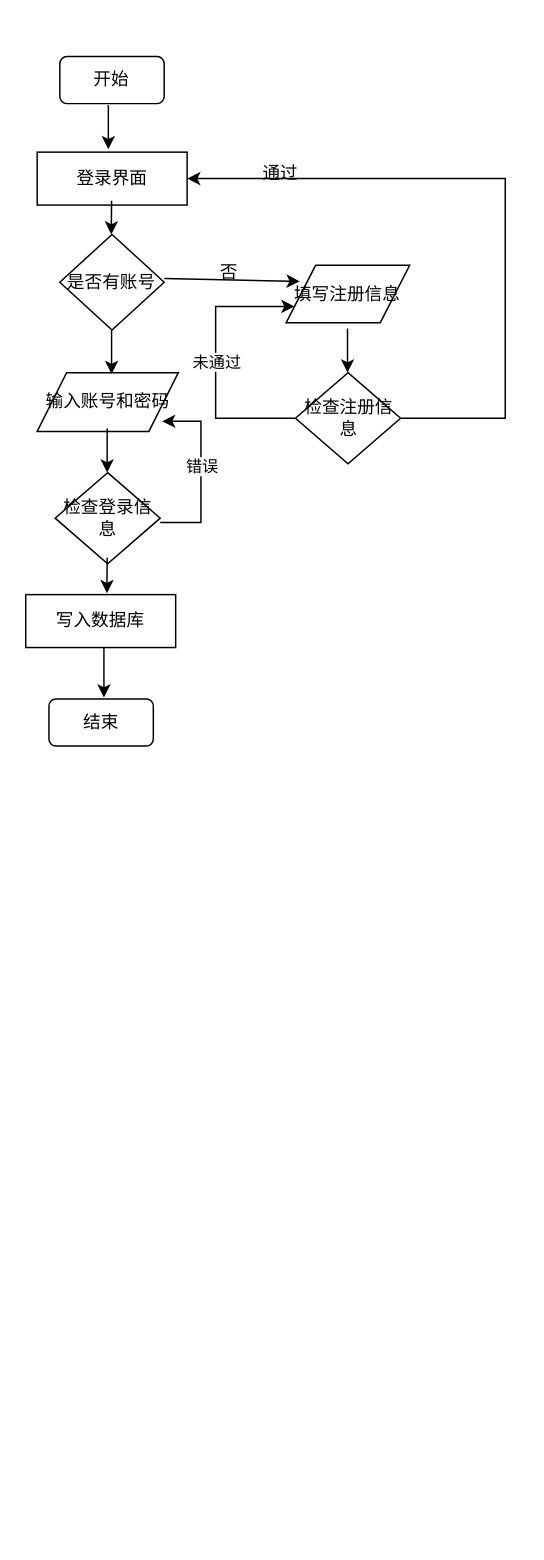
Above: 未命名绘图12.drawio in qianjia123/ninja (draw.io), before the change. Source tidied: cells renumbered, new cells numbered last; positions are measured from the earlier drawing's top-left corner, leaving out a move shared by most shapes. Both pictures are drawn from the tidied source at 147%, with x=0, y=0 at pixel (25, 56).
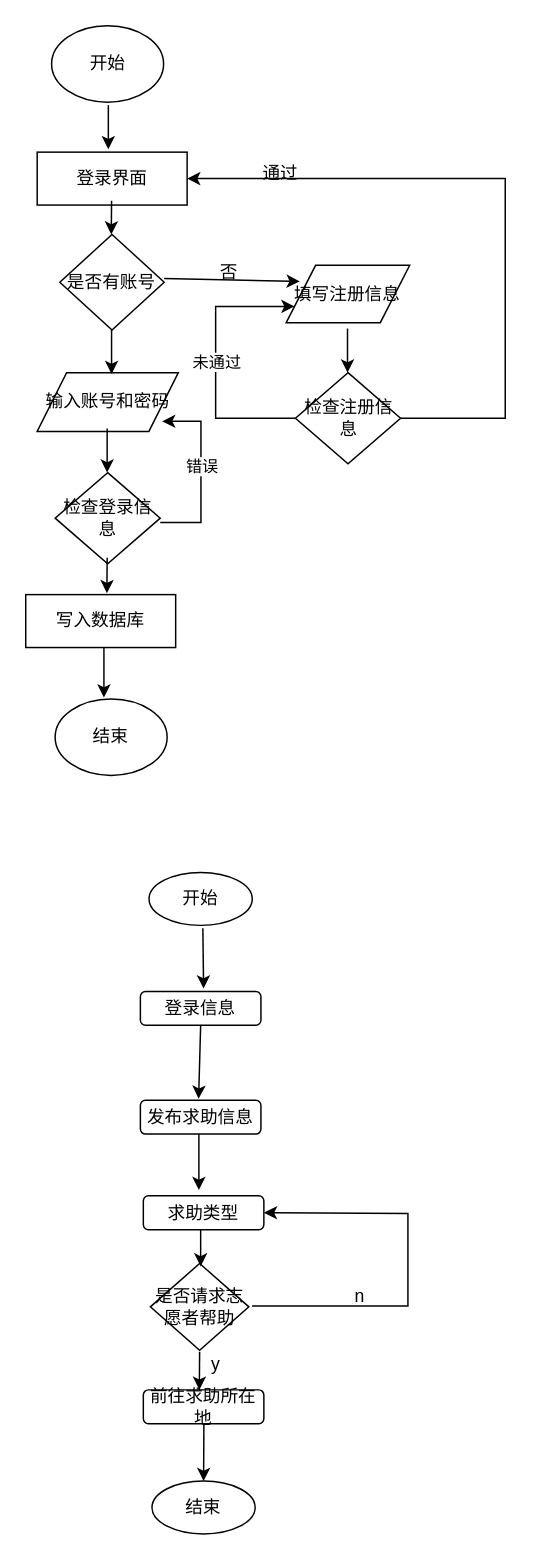
After the change.

Commit message:
更新未命名绘图12.drawio

The edit, as a diff of the source:
```diff
@@
-    <mxCell id="2" value="开始" style="rounded=1;whiteSpace=wrap;html=1;" parent="1" vertex="1">
-      <mxGeometry x="23.2" width="71" height="32" as="geometry" />
-    </mxCell>
@@
-    <mxCell id="8" value="结束" style="rounded=1;whiteSpace=wrap;html=1;" parent="1" vertex="1">
-      <mxGeometry x="15.8" y="437" width="71" height="32" as="geometry" />
-    </mxCell>
@@
+    <mxCell id="26" value="开始" style="ellipse;whiteSpace=wrap;html=1;" parent="1" vertex="1">
+      <mxGeometry x="17.6" y="-21" width="76.2" height="52" as="geometry" />
+    </mxCell>
+    <mxCell id="27" value="结束" style="ellipse;whiteSpace=wrap;html=1;" parent="1" vertex="1">
+      <mxGeometry x="20" y="437" width="76.2" height="52" as="geometry" />
+    </mxCell>
+    <mxCell id="28" value="开始" style="ellipse;whiteSpace=wrap;html=1;" parent="1" vertex="1">
+      <mxGeometry x="83.9" y="555" width="70.2" height="36" as="geometry" />
+    </mxCell>
+    <mxCell id="29" value="登录信息" style="rounded=1;whiteSpace=wrap;html=1;" parent="1" vertex="1">
+      <mxGeometry x="78" y="636" width="82" height="23" as="geometry" />
+    </mxCell>
+    <mxCell id="30" value="发布求助信息" style="rounded=1;whiteSpace=wrap;html=1;" parent="1" vertex="1">
+      <mxGeometry x="78" y="710" width="82" height="23" as="geometry" />
+    </mxCell>
+    <mxCell id="31" value="求助类型" style="rounded=1;whiteSpace=wrap;html=1;" parent="1" vertex="1">
+      <mxGeometry x="80" y="775" width="82" height="23" as="geometry" />
+    </mxCell>
+    <mxCell id="32" value="是否请求志愿者帮助" style="rhombus;whiteSpace=wrap;html=1;" parent="1" vertex="1">
+      <mxGeometry x="84.8" y="821" width="67" height="59" as="geometry" />
+    </mxCell>
+    <mxCell id="33" style="edgeStyle=orthogonalEdgeStyle;rounded=0;jettySize=auto;html=1;exitX=0.5;exitY=0;exitDx=0;exitDy=0;" parent="1" edge="1" source="34">
+      <mxGeometry relative="1" as="geometry">
+        <mxPoint x="120.9" y="907.3" as="targetPoint" />
+      </mxGeometry>
+    </mxCell>
+    <mxCell id="34" value="前往求助所在地" style="rounded=1;whiteSpace=wrap;html=1;" parent="1" vertex="1">
+      <mxGeometry x="80" y="907" width="82" height="23" as="geometry" />
+    </mxCell>
+    <mxCell id="35" value="结束" style="ellipse;whiteSpace=wrap;html=1;" parent="1" vertex="1">
+      <mxGeometry x="85.9" y="969" width="70.2" height="36" as="geometry" />
+    </mxCell>
+    <mxCell id="36" style="endArrow=classic;html=1;rounded=0;" parent="1" edge="1">
+      <mxGeometry relative="1" as="geometry">
+        <mxPoint x="120.5" y="593" as="sourcePoint" />
+        <mxPoint x="121" y="634" as="targetPoint" />
+      </mxGeometry>
+    </mxCell>
+    <mxCell id="37" style="endArrow=classic;html=1;rounded=0;exitX=0.5;exitY=1;exitDx=0;exitDy=0;" parent="1" edge="1" source="29">
+      <mxGeometry relative="1" as="geometry">
+        <mxPoint x="117.6" y="709" as="targetPoint" />
+      </mxGeometry>
+    </mxCell>
+    <mxCell id="38" style="endArrow=classic;html=1;rounded=0;" parent="1" edge="1">
+      <mxGeometry relative="1" as="geometry">
+        <mxPoint x="117.8" y="733" as="sourcePoint" />
+        <mxPoint x="117.8" y="771" as="targetPoint" />
+      </mxGeometry>
+    </mxCell>
+    <mxCell id="39" style="endArrow=classic;html=1;rounded=0;" parent="1" edge="1">
+      <mxGeometry relative="1" as="geometry">
+        <mxPoint x="119" y="798" as="sourcePoint" />
+        <mxPoint x="119" y="823" as="targetPoint" />
+      </mxGeometry>
+    </mxCell>
+    <mxCell id="40" style="endArrow=classic;html=1;rounded=0;exitX=0.5;exitY=1;exitDx=0;exitDy=0;" parent="1" edge="1">
+      <mxGeometry relative="1" as="geometry">
+        <mxPoint x="118.3" y="881" as="sourcePoint" />
+        <mxPoint x="118.1" y="907" as="targetPoint" />
+      </mxGeometry>
+    </mxCell>
+    <mxCell id="41" style="endArrow=classic;html=1;rounded=0;entryX=0.5;entryY=0;entryDx=0;entryDy=0;" parent="1" edge="1" target="35">
+      <mxGeometry relative="1" as="geometry">
+        <mxPoint x="121.2" y="930" as="sourcePoint" />
+      </mxGeometry>
+    </mxCell>
+    <mxCell id="42" style="endArrow=classic;html=1;rounded=0;entryX=1;entryY=0.5;entryDx=0;entryDy=0;" parent="1" edge="1" target="31">
+      <mxGeometry relative="1" as="geometry">
+        <mxPoint x="154" y="850" as="sourcePoint" />
+        <Array as="points">
+          <mxPoint x="260" y="850" />
+          <mxPoint x="260" y="787" />
+        </Array>
+      </mxGeometry>
+    </mxCell>
+    <mxCell id="43" value="y" style="text;html=1;align=center;verticalAlign=middle;strokeColor=none;fillColor=none;" parent="1" vertex="1">
+      <mxGeometry x="116.5" y="877" width="24" height="26" as="geometry" />
+    </mxCell>
+    <mxCell id="44" value="n" style="text;html=1;align=center;verticalAlign=middle;strokeColor=none;fillColor=none;" parent="1" vertex="1">
+      <mxGeometry x="214.5" y="831" width="24" height="26" as="geometry" />
+    </mxCell>
```
